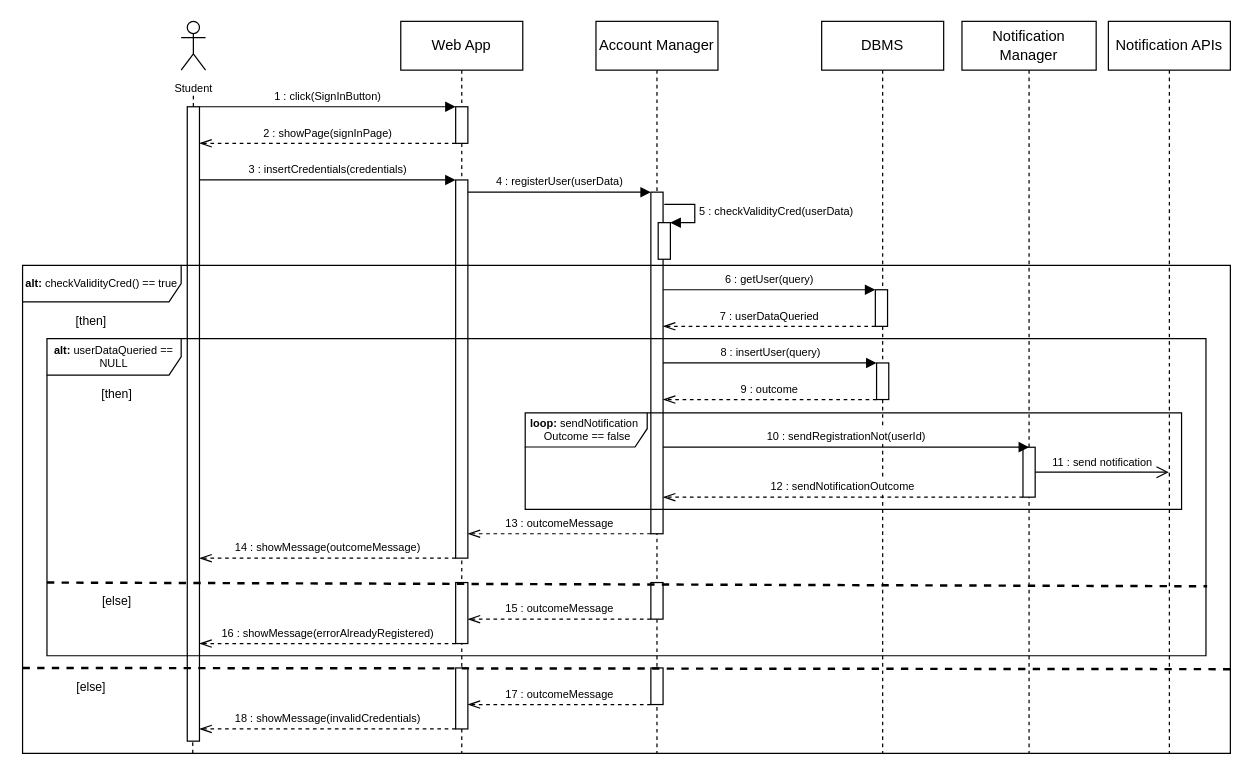
francescospangaro/SpangaroTosettiRiccardi keeps this draw.io diagram as DDwip/ExtraFiles/Sequence/Sequence1DD.drawio. Above is the earlier version. Source tidied: cells renumbered, new cells numbered last; positions are measured from the earlier drawing's top-left corner, leaving out a move shared by most shapes. Both pictures are drawn from the tidied source at 122%, with x=0, y=0 at pixel (22, 21).
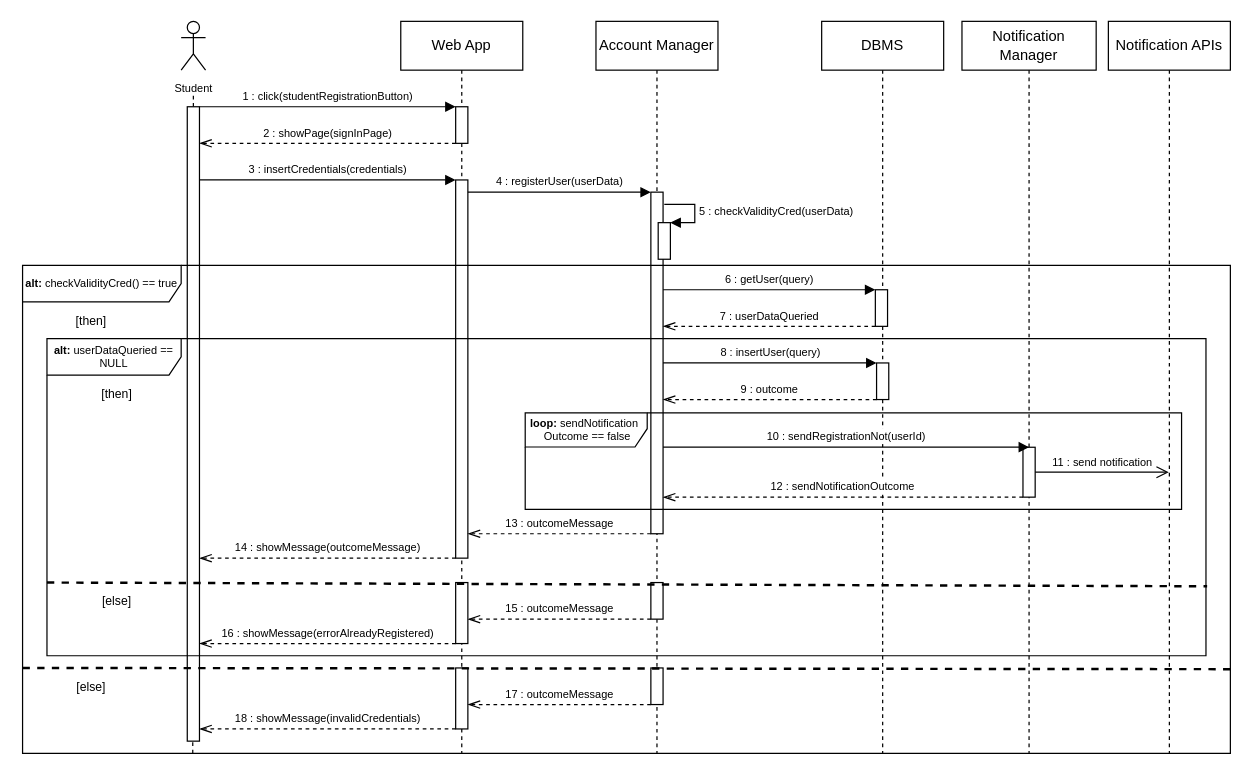
The same page after the edit.

Unchanged cells that the change refers to:
```xml
<mxCell id="3" style="html=1;points=[];perimeter=orthogonalPerimeter;outlineConnect=0;targetShapes=umlLifeline;portConstraint=eastwest;newEdgeStyle={&quot;edgeStyle&quot;:&quot;elbowEdgeStyle&quot;,&quot;elbow&quot;:&quot;vertical&quot;,&quot;curved&quot;:0,&quot;rounded&quot;:0};" parent="2" vertex="1">
  <mxGeometry x="45" y="70" width="10" height="30" as="geometry" />
</mxCell>
<mxCell id="7" style="html=1;points=[];perimeter=orthogonalPerimeter;outlineConnect=0;targetShapes=umlLifeline;portConstraint=eastwest;newEdgeStyle={&quot;edgeStyle&quot;:&quot;elbowEdgeStyle&quot;,&quot;elbow&quot;:&quot;vertical&quot;,&quot;curved&quot;:0,&quot;rounded&quot;:0};" parent="1" vertex="1">
  <mxGeometry x="135" y="70" width="10" height="520" as="geometry" />
</mxCell>
```

Change to the diagram source:
```diff
@@
-    <mxCell id="8" value="&lt;font style=&quot;font-size: 9px;&quot;&gt;1 : click(SignInButton)&lt;/font&gt;" style="html=1;verticalAlign=bottom;endArrow=block;edgeStyle=elbowEdgeStyle;elbow=vertical;curved=0;rounded=0;" parent="1" edge="1" source="7" target="3">
+    <mxCell id="8" value="&lt;font style=&quot;font-size: 9px;&quot;&gt;1 : click(studentRegistrationButton)&lt;/font&gt;" style="html=1;verticalAlign=bottom;endArrow=block;edgeStyle=elbowEdgeStyle;elbow=horizontal;curved=0;rounded=0;" parent="1" edge="1" source="7" target="3">
       <mxGeometry relative="1" as="geometry">
         <Array as="points">
           <mxPoint x="260" y="70" />
         </Array>
       </mxGeometry>
     </mxCell>
```
